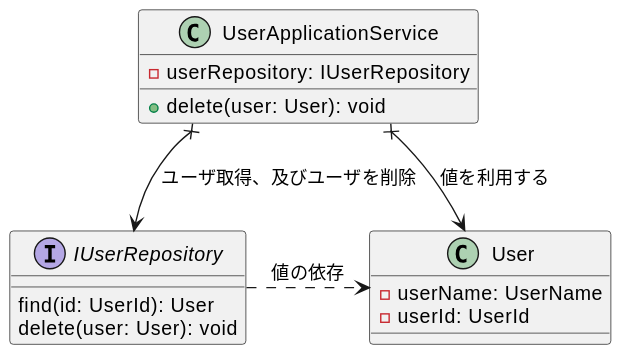
Above: diagrams/ch06-withdraw.svg in Yuki-TU/ddd (PlantUML), before the change.
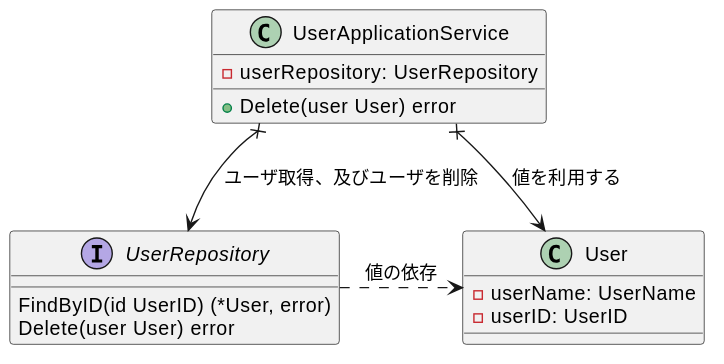
Later version of the same file.

The edit, as a diff of the source:
```diff
@@ -1,18 +1,18 @@
 @startuml
 UserApplicationService x--> User: 値を利用する
-UserApplicationService x--> IUserRepository: ユーザ取得、及びユーザを削除
-IUserRepository .> User: 値の依存
+UserApplicationService x--> UserRepository: ユーザ取得、及びユーザを削除
+UserRepository .> User: 値の依存
 
 class User {
   - userName: UserName
-  - userId: UserId
+  - userID: UserID
 }
 class UserApplicationService {
-  - userRepository: IUserRepository
-  + delete(user: User): void
+  - userRepository: UserRepository
+  + Delete(user User) error
 }
-interface IUserRepository {
-  find(id: UserId): User
-  delete(user: User): void
+interface UserRepository {
+  FindByID(id UserID) (*User, error)
+  Delete(user User) error
 }
 @enduml
```
